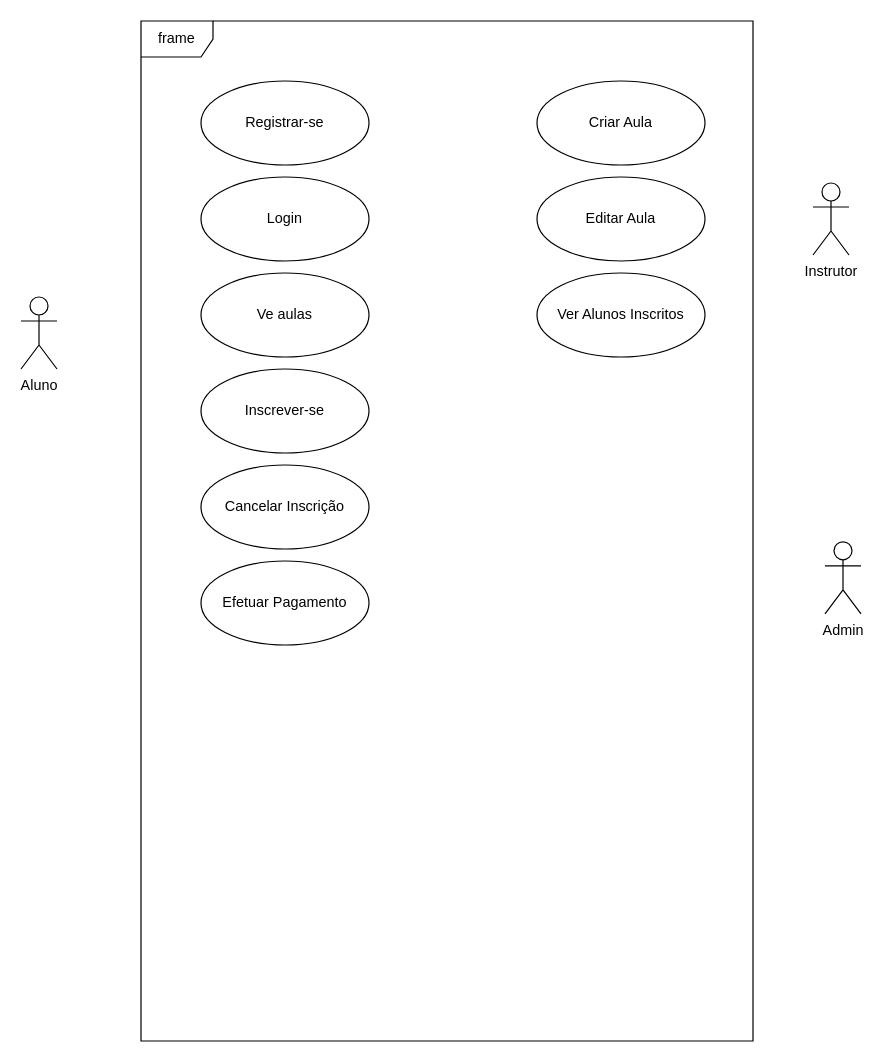
Above: page "Page-2" (2 of 2) of Diagramas UML.drawio in Esmael285/TecWeb26 (draw.io), before the change. Source tidied: cells renumbered, new cells numbered last; positions are measured from the earlier drawing's top-left corner, leaving out a move shared by most shapes. Both pictures are drawn from the tidied source at 120%, with x=0, y=0 at pixel (20, 20).
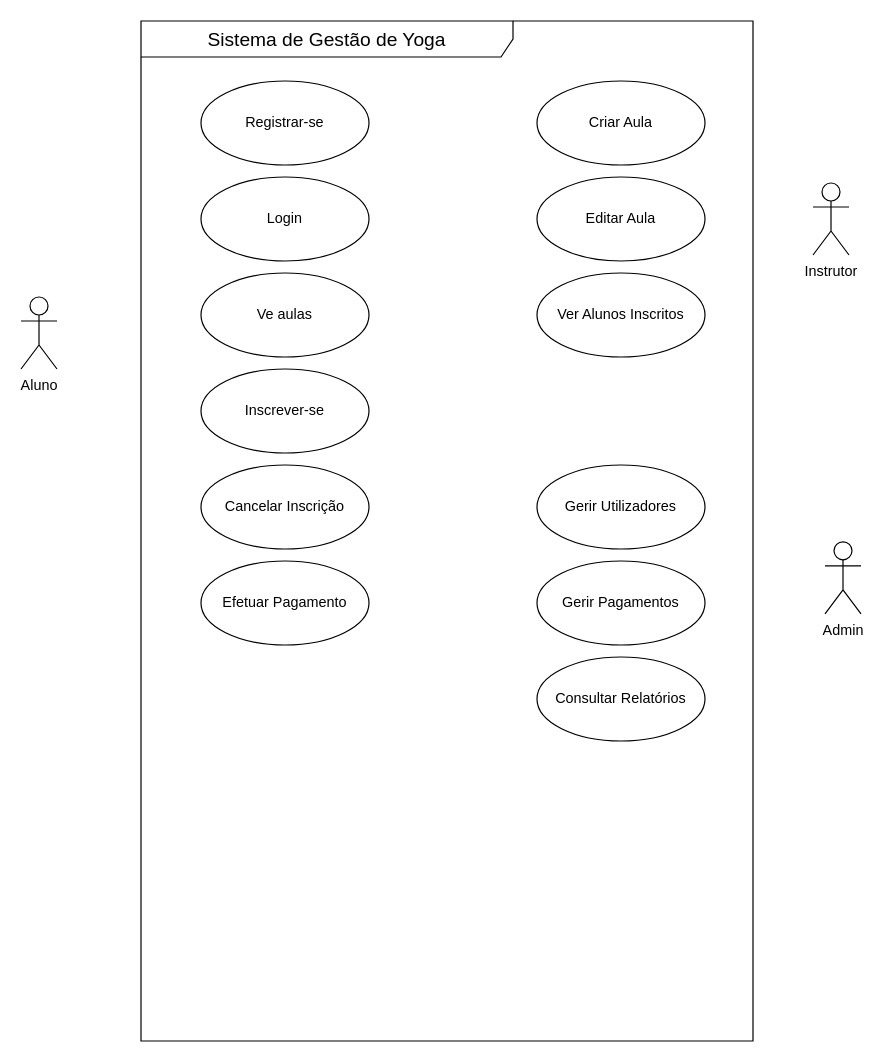
Above is the later version.

The edit, as a diff of the source:
```diff
@@
 <mxGraphModel>
   <root>
     <mxCell id="0" />
     <mxCell id="1" parent="0" />
-    <mxCell id="2" value="frame" style="shape=umlFrame;whiteSpace=wrap;html=1;" parent="1" vertex="1">
+    <mxCell id="2" value="&lt;span style=&quot;text-align: start; font-size: medium;&quot;&gt;Sistema de Gestão de Yoga&lt;/span&gt;" style="shape=umlFrame;whiteSpace=wrap;html=1;width=310;height=30;" parent="1" vertex="1">
       <mxGeometry x="100" width="510" height="850" as="geometry" />
     </mxCell>
     <mxCell id="3" value="Instrutor" style="shape=umlActor;verticalLabelPosition=bottom;verticalAlign=top;html=1;" parent="1" vertex="1">
       <mxGeometry x="660" y="135" width="30" height="60" as="geometry" />
     </mxCell>
     <mxCell id="4" value="Aluno" style="shape=umlActor;verticalLabelPosition=bottom;verticalAlign=top;html=1;" parent="1" vertex="1">
       <mxGeometry y="230" width="30" height="60" as="geometry" />
     </mxCell>
     <mxCell id="5" value="Admin" style="shape=umlActor;verticalLabelPosition=bottom;verticalAlign=top;html=1;" parent="1" vertex="1">
       <mxGeometry x="670" y="434" width="30" height="60" as="geometry" />
     </mxCell>
     <mxCell id="6" value="Registrar-se" style="ellipse;whiteSpace=wrap;html=1;" parent="1" vertex="1">
       <mxGeometry x="150" y="50" width="140" height="70" as="geometry" />
     </mxCell>
     <mxCell id="7" value="Login" style="ellipse;whiteSpace=wrap;html=1;" parent="1" vertex="1">
       <mxGeometry x="150" y="130" width="140" height="70" as="geometry" />
     </mxCell>
     <mxCell id="8" value="Ve aulas" style="ellipse;whiteSpace=wrap;html=1;" parent="1" vertex="1">
       <mxGeometry x="150" y="210" width="140" height="70" as="geometry" />
     </mxCell>
     <mxCell id="9" value="Inscrever-se" style="ellipse;whiteSpace=wrap;html=1;fontStyle=0;" parent="1" vertex="1">
       <mxGeometry x="150" y="290" width="140" height="70" as="geometry" />
     </mxCell>
     <mxCell id="10" value="Cancelar Inscrição" style="ellipse;whiteSpace=wrap;html=1;fontStyle=0;" parent="1" vertex="1">
       <mxGeometry x="150" y="370" width="140" height="70" as="geometry" />
     </mxCell>
     <mxCell id="11" value="Efetuar Pagamento" style="ellipse;whiteSpace=wrap;html=1;fontStyle=0;" parent="1" vertex="1">
       <mxGeometry x="150" y="450" width="140" height="70" as="geometry" />
     </mxCell>
     <mxCell id="12" value="Criar Aula" style="ellipse;whiteSpace=wrap;html=1;" parent="1" vertex="1">
       <mxGeometry x="430" y="50" width="140" height="70" as="geometry" />
     </mxCell>
     <mxCell id="13" value="Editar Aula" style="ellipse;whiteSpace=wrap;html=1;" parent="1" vertex="1">
       <mxGeometry x="430" y="130" width="140" height="70" as="geometry" />
     </mxCell>
     <mxCell id="14" value="Ver Alunos Inscritos" style="ellipse;whiteSpace=wrap;html=1;" parent="1" vertex="1">
       <mxGeometry x="430" y="210" width="140" height="70" as="geometry" />
     </mxCell>
+    <mxCell id="15" value="Gerir Utilizadores" style="ellipse;whiteSpace=wrap;html=1;" parent="1" vertex="1">
+      <mxGeometry x="430" y="370" width="140" height="70" as="geometry" />
+    </mxCell>
+    <mxCell id="16" value="Gerir Pagamentos" style="ellipse;whiteSpace=wrap;html=1;" parent="1" vertex="1">
+      <mxGeometry x="430" y="450" width="140" height="70" as="geometry" />
+    </mxCell>
+    <mxCell id="17" value="Consultar Relatórios" style="ellipse;whiteSpace=wrap;html=1;" parent="1" vertex="1">
+      <mxGeometry x="430" y="530" width="140" height="70" as="geometry" />
+    </mxCell>
   </root>
 </mxGraphModel>
```
